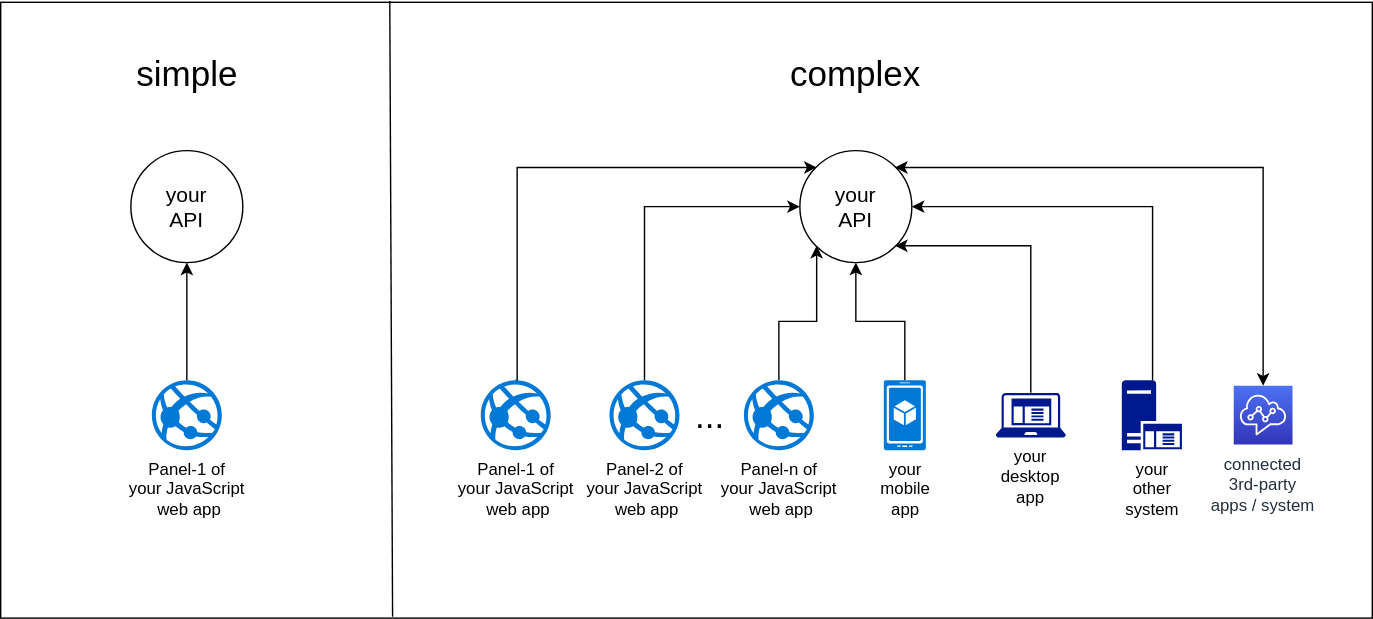
Above: img/simple-vs-complex-api.svg in maxweber/maxweber.github.io (draw.io), before the change. Source tidied: cells renumbered, new cells last; positions are measured from the earlier drawing's top-left corner, leaving out a move shared by most shapes.
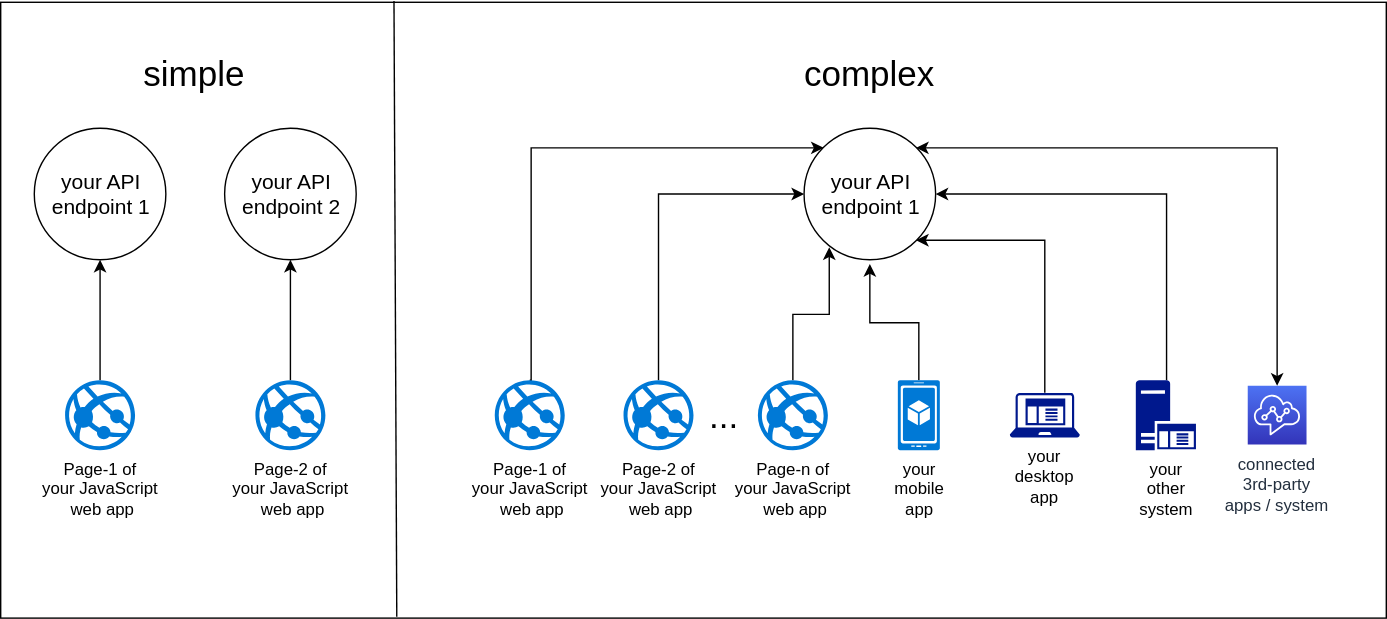
The same diagram one commit later.

What changed in the source:
```diff
@@ -3,89 +3,99 @@
     <mxCell id="0" />
     <mxCell id="1" parent="0" />
     <mxCell id="2" style="rounded=0;whiteSpace=wrap;html=1;" parent="1" vertex="1">
-      <mxGeometry width="980" height="440" as="geometry" />
+      <mxGeometry x="-10" width="990" height="440" as="geometry" />
     </mxCell>
     <mxCell id="3" style="endArrow=none;html=1;fontSize=12;entryX=0.284;entryY=-0.002;entryDx=0;entryDy=0;entryPerimeter=0;exitX=0.286;exitY=0.998;exitDx=0;exitDy=0;exitPerimeter=0;" parent="1" edge="1" source="2" target="2">
       <mxGeometry relative="1" as="geometry" />
     </mxCell>
-    <mxCell id="4" style="group;" parent="1" vertex="1">
-      <mxGeometry x="93" y="40" width="80" height="280" as="geometry" />
+    <mxCell id="4" style="edgeStyle=orthogonalEdgeStyle;rounded=0;jettySize=auto;html=1;exitX=0.5;exitY=0;exitDx=0;exitDy=0;exitPerimeter=0;entryX=0.5;entryY=1;entryDx=0;entryDy=0;fontSize=15;" parent="1" edge="1" source="5">
+      <mxGeometry relative="1" as="geometry">
+        <mxPoint x="611" y="187" as="targetPoint" />
+      </mxGeometry>
     </mxCell>
-    <mxCell id="5" value="your&lt;br style=&quot;font-size: 15px;&quot;&gt;API&lt;br style=&quot;font-size: 15px;&quot;&gt;" style="ellipse;whiteSpace=wrap;html=1;fontSize=15;" parent="4" vertex="1">
-      <mxGeometry y="66" width="80" height="80" as="geometry" />
+    <mxCell id="5" value="your&lt;br&gt;mobile&lt;br&gt;app&lt;br&gt;" style="shadow=0;dashed=0;html=1;strokeColor=none;labelPosition=center;verticalLabelPosition=bottom;verticalAlign=top;align=center;shape=mxgraph.mscae.cloud.mobile_app;fillColor=#0079D6;" parent="1" vertex="1">
+      <mxGeometry x="631" y="270" width="30" height="50" as="geometry" />
     </mxCell>
-    <mxCell id="6" style="edgeStyle=orthogonalEdgeStyle;rounded=0;jettySize=auto;html=1;" parent="4" edge="1" source="7" target="5">
-      <mxGeometry relative="1" as="geometry" />
+    <mxCell id="6" style="edgeStyle=orthogonalEdgeStyle;rounded=0;jettySize=auto;html=1;exitX=0.5;exitY=0;exitDx=0;exitDy=0;exitPerimeter=0;entryX=1;entryY=1;entryDx=0;entryDy=0;fontSize=15;" parent="1" edge="1" source="7" target="27">
+      <mxGeometry relative="1" as="geometry">
+        <Array as="points">
+          <mxPoint x="736" y="170" />
+        </Array>
+      </mxGeometry>
     </mxCell>
-    <mxCell id="7" value="Panel-1 of &lt;br&gt;your JavaScript&lt;br&gt;&amp;nbsp;web app" style="shadow=0;dashed=0;html=1;strokeColor=none;fillColor=#0079D6;labelPosition=center;verticalLabelPosition=bottom;verticalAlign=top;align=center;shape=mxgraph.azure.azure_website;" parent="4" vertex="1">
-      <mxGeometry x="15" y="230" width="50" height="50" as="geometry" />
+    <mxCell id="7" value="your&lt;br&gt;desktop&lt;br&gt;app&lt;br&gt;&lt;br&gt;" style="shadow=0;dashed=0;html=1;strokeColor=none;labelPosition=center;verticalLabelPosition=bottom;verticalAlign=top;align=center;shape=mxgraph.mscae.enterprise.client_application;fillColor=#00188D;" parent="1" vertex="1">
+      <mxGeometry x="711" y="279" width="50" height="32" as="geometry" />
     </mxCell>
-    <mxCell id="8" value="simple&lt;br&gt;" style="text;html=1;strokeColor=none;fillColor=none;align=center;verticalAlign=middle;whiteSpace=wrap;rounded=0;fontSize=25;" parent="4" vertex="1">
-      <mxGeometry x="20" width="40" height="20" as="geometry" />
+    <mxCell id="8" style="edgeStyle=orthogonalEdgeStyle;rounded=0;jettySize=auto;html=1;exitX=0.5;exitY=0;exitDx=0;exitDy=0;exitPerimeter=0;entryX=0;entryY=0;entryDx=0;entryDy=0;fontSize=15;" parent="1" edge="1" source="9" target="27">
+      <mxGeometry relative="1" as="geometry">
+        <Array as="points">
+          <mxPoint x="369" y="270" />
+          <mxPoint x="369" y="104" />
+        </Array>
+      </mxGeometry>
     </mxCell>
-    <mxCell id="9" value="your&lt;br style=&quot;font-size: 15px;&quot;&gt;API&lt;br style=&quot;font-size: 15px;&quot;&gt;" style="ellipse;whiteSpace=wrap;html=1;fontSize=15;" parent="1" vertex="1">
-      <mxGeometry x="571" y="106" width="80" height="80" as="geometry" />
+    <mxCell id="9" value="Page-1 of &lt;br&gt;your JavaScript&lt;br&gt;&amp;nbsp;web app" style="shadow=0;dashed=0;html=1;strokeColor=none;fillColor=#0079D6;labelPosition=center;verticalLabelPosition=bottom;verticalAlign=top;align=center;shape=mxgraph.azure.azure_website;" parent="1" vertex="1">
+      <mxGeometry x="343" y="270" width="50" height="50" as="geometry" />
     </mxCell>
-    <mxCell id="10" style="edgeStyle=orthogonalEdgeStyle;rounded=0;jettySize=auto;html=1;exitX=0.5;exitY=0;exitDx=0;exitDy=0;exitPerimeter=0;entryX=0.5;entryY=1;entryDx=0;entryDy=0;fontSize=15;" parent="1" edge="1" source="11" target="9">
-      <mxGeometry relative="1" as="geometry" />
+    <mxCell id="10" style="edgeStyle=orthogonalEdgeStyle;rounded=0;jettySize=auto;html=1;exitX=0.5;exitY=0;exitDx=0;exitDy=0;exitPerimeter=0;entryX=0;entryY=0.5;entryDx=0;entryDy=0;fontSize=15;" parent="1" edge="1" source="11" target="27">
+      <mxGeometry relative="1" as="geometry">
+        <Array as="points">
+          <mxPoint x="460" y="137" />
+        </Array>
+      </mxGeometry>
     </mxCell>
-    <mxCell id="11" value="your&lt;br&gt;mobile&lt;br&gt;app&lt;br&gt;" style="shadow=0;dashed=0;html=1;strokeColor=none;labelPosition=center;verticalLabelPosition=bottom;verticalAlign=top;align=center;shape=mxgraph.mscae.cloud.mobile_app;fillColor=#0079D6;" parent="1" vertex="1">
-      <mxGeometry x="631" y="270" width="30" height="50" as="geometry" />
+    <mxCell id="11" value="Page-2 of &lt;br&gt;your JavaScript&lt;br&gt;&amp;nbsp;web app" style="shadow=0;dashed=0;html=1;strokeColor=none;fillColor=#0079D6;labelPosition=center;verticalLabelPosition=bottom;verticalAlign=top;align=center;shape=mxgraph.azure.azure_website;" parent="1" vertex="1">
+      <mxGeometry x="435" y="270" width="50" height="50" as="geometry" />
     </mxCell>
-    <mxCell id="12" style="edgeStyle=orthogonalEdgeStyle;rounded=0;jettySize=auto;html=1;exitX=0.5;exitY=0;exitDx=0;exitDy=0;exitPerimeter=0;entryX=1;entryY=1;entryDx=0;entryDy=0;fontSize=15;" parent="1" edge="1" source="13" target="9">
+    <mxCell id="12" style="edgeStyle=orthogonalEdgeStyle;rounded=0;jettySize=auto;html=1;exitX=0.5;exitY=0;exitDx=0;exitDy=0;exitPerimeter=0;entryX=0;entryY=1;entryDx=0;entryDy=0;fontSize=15;" parent="1" edge="1" source="13">
       <mxGeometry relative="1" as="geometry">
-        <Array as="points">
-          <mxPoint x="736" y="174" />
-        </Array>
+        <mxPoint x="582" y="175" as="targetPoint" />
       </mxGeometry>
     </mxCell>
-    <mxCell id="13" value="your&lt;br&gt;desktop&lt;br&gt;app&lt;br&gt;&lt;br&gt;" style="shadow=0;dashed=0;html=1;strokeColor=none;labelPosition=center;verticalLabelPosition=bottom;verticalAlign=top;align=center;shape=mxgraph.mscae.enterprise.client_application;fillColor=#00188D;" parent="1" vertex="1">
-      <mxGeometry x="711" y="279" width="50" height="32" as="geometry" />
+    <mxCell id="13" value="Page-n of &lt;br&gt;your JavaScript&lt;br&gt;&amp;nbsp;web app" style="shadow=0;dashed=0;html=1;strokeColor=none;fillColor=#0079D6;labelPosition=center;verticalLabelPosition=bottom;verticalAlign=top;align=center;shape=mxgraph.azure.azure_website;" parent="1" vertex="1">
+      <mxGeometry x="531" y="270" width="50" height="50" as="geometry" />
     </mxCell>
-    <mxCell id="14" style="edgeStyle=orthogonalEdgeStyle;rounded=0;jettySize=auto;html=1;exitX=0.5;exitY=0;exitDx=0;exitDy=0;exitPerimeter=0;entryX=0;entryY=0;entryDx=0;entryDy=0;fontSize=15;" parent="1" edge="1" source="15" target="9">
-      <mxGeometry relative="1" as="geometry">
-        <Array as="points">
-          <mxPoint x="369" y="270" />
-          <mxPoint x="369" y="118" />
-        </Array>
-      </mxGeometry>
+    <mxCell id="14" value="...&lt;br style=&quot;font-size: 25px;&quot;&gt;" style="text;html=1;strokeColor=none;fillColor=none;align=center;verticalAlign=middle;whiteSpace=wrap;rounded=0;fontSize=25;" parent="1" vertex="1">
+      <mxGeometry x="486" y="285" width="40" height="20" as="geometry" />
     </mxCell>
-    <mxCell id="15" value="Panel-1 of &lt;br&gt;your JavaScript&lt;br&gt;&amp;nbsp;web app" style="shadow=0;dashed=0;html=1;strokeColor=none;fillColor=#0079D6;labelPosition=center;verticalLabelPosition=bottom;verticalAlign=top;align=center;shape=mxgraph.azure.azure_website;" parent="1" vertex="1">
-      <mxGeometry x="343" y="270" width="50" height="50" as="geometry" />
+    <mxCell id="15" style="edgeStyle=orthogonalEdgeStyle;rounded=0;jettySize=auto;html=1;exitX=0.5;exitY=0;exitDx=0;exitDy=0;exitPerimeter=0;entryX=1;entryY=0.5;entryDx=0;entryDy=0;fontSize=15;" parent="1" edge="1" source="16" target="27">
+      <mxGeometry relative="1" as="geometry" />
     </mxCell>
-    <mxCell id="16" style="edgeStyle=orthogonalEdgeStyle;rounded=0;jettySize=auto;html=1;exitX=0.5;exitY=0;exitDx=0;exitDy=0;exitPerimeter=0;entryX=0;entryY=0.5;entryDx=0;entryDy=0;fontSize=15;" parent="1" edge="1" source="17" target="9">
-      <mxGeometry relative="1" as="geometry">
-        <Array as="points">
-          <mxPoint x="460" y="146" />
-        </Array>
-      </mxGeometry>
+    <mxCell id="16" value="your&lt;br&gt;other&lt;br&gt;system&lt;br&gt;" style="shadow=0;dashed=0;html=1;strokeColor=none;labelPosition=center;verticalLabelPosition=bottom;verticalAlign=top;align=center;shape=mxgraph.mscae.enterprise.application_server;fillColor=#00188D;fontSize=12;" parent="1" vertex="1">
+      <mxGeometry x="801" y="270" width="43" height="50" as="geometry" />
     </mxCell>
-    <mxCell id="17" value="Panel-2 of &lt;br&gt;your JavaScript&lt;br&gt;&amp;nbsp;web app" style="shadow=0;dashed=0;html=1;strokeColor=none;fillColor=#0079D6;labelPosition=center;verticalLabelPosition=bottom;verticalAlign=top;align=center;shape=mxgraph.azure.azure_website;" parent="1" vertex="1">
-      <mxGeometry x="435" y="270" width="50" height="50" as="geometry" />
+    <mxCell id="17" value="connected&lt;br&gt;3rd-party&lt;br&gt;apps / system&lt;br&gt;&lt;br&gt;" style="outlineConnect=0;fontColor=#232F3E;gradientColor=#4D72F3;gradientDirection=north;fillColor=#3334B9;strokeColor=#ffffff;dashed=0;verticalLabelPosition=bottom;verticalAlign=top;align=center;html=1;fontSize=12;fontStyle=0;shape=mxgraph.aws4.resourceIcon;resIcon=mxgraph.aws4.connect;" parent="1" vertex="1">
+      <mxGeometry x="881" y="274" width="42" height="42" as="geometry" />
     </mxCell>
-    <mxCell id="18" style="edgeStyle=orthogonalEdgeStyle;rounded=0;jettySize=auto;html=1;exitX=0.5;exitY=0;exitDx=0;exitDy=0;exitPerimeter=0;entryX=0;entryY=1;entryDx=0;entryDy=0;fontSize=15;" parent="1" edge="1" source="19" target="9">
+    <mxCell id="18" style="edgeStyle=orthogonalEdgeStyle;rounded=0;jettySize=auto;html=1;exitX=1;exitY=0;exitDx=0;exitDy=0;fontSize=15;startArrow=classic;startFill=1;" parent="1" edge="1" source="27" target="17">
       <mxGeometry relative="1" as="geometry" />
     </mxCell>
-    <mxCell id="19" value="Panel-n of &lt;br&gt;your JavaScript&lt;br&gt;&amp;nbsp;web app" style="shadow=0;dashed=0;html=1;strokeColor=none;fillColor=#0079D6;labelPosition=center;verticalLabelPosition=bottom;verticalAlign=top;align=center;shape=mxgraph.azure.azure_website;" parent="1" vertex="1">
-      <mxGeometry x="531" y="270" width="50" height="50" as="geometry" />
+    <mxCell id="19" value="complex&lt;br&gt;" style="text;html=1;strokeColor=none;fillColor=none;align=center;verticalAlign=middle;whiteSpace=wrap;rounded=0;fontSize=25;" parent="1" vertex="1">
+      <mxGeometry x="591" y="40" width="40" height="20" as="geometry" />
     </mxCell>
-    <mxCell id="20" value="...&lt;br style=&quot;font-size: 25px;&quot;&gt;" style="text;html=1;strokeColor=none;fillColor=none;align=center;verticalAlign=middle;whiteSpace=wrap;rounded=0;fontSize=25;" parent="1" vertex="1">
-      <mxGeometry x="486" y="285" width="40" height="20" as="geometry" />
+    <mxCell id="20" value="your API&lt;br&gt;endpoint 1&lt;br style=&quot;font-size: 15px&quot;&gt;" style="ellipse;whiteSpace=wrap;html=1;fontSize=15;" parent="1" vertex="1">
+      <mxGeometry x="14" y="90" width="94" height="94" as="geometry" />
     </mxCell>
-    <mxCell id="21" style="edgeStyle=orthogonalEdgeStyle;rounded=0;jettySize=auto;html=1;exitX=0.5;exitY=0;exitDx=0;exitDy=0;exitPerimeter=0;entryX=1;entryY=0.5;entryDx=0;entryDy=0;fontSize=15;" parent="1" edge="1" source="22" target="9">
+    <mxCell id="21" style="edgeStyle=orthogonalEdgeStyle;rounded=0;jettySize=auto;html=1;" parent="1" edge="1" source="22" target="20">
       <mxGeometry relative="1" as="geometry" />
     </mxCell>
-    <mxCell id="22" value="your&lt;br&gt;other&lt;br&gt;system&lt;br&gt;" style="shadow=0;dashed=0;html=1;strokeColor=none;labelPosition=center;verticalLabelPosition=bottom;verticalAlign=top;align=center;shape=mxgraph.mscae.enterprise.application_server;fillColor=#00188D;fontSize=12;" parent="1" vertex="1">
-      <mxGeometry x="801" y="270" width="43" height="50" as="geometry" />
+    <mxCell id="22" value="Page-1 of &lt;br&gt;your JavaScript&lt;br&gt;&amp;nbsp;web app" style="shadow=0;dashed=0;html=1;strokeColor=none;fillColor=#0079D6;labelPosition=center;verticalLabelPosition=bottom;verticalAlign=top;align=center;shape=mxgraph.azure.azure_website;" parent="1" vertex="1">
+      <mxGeometry x="36" y="270" width="50" height="50" as="geometry" />
     </mxCell>
-    <mxCell id="23" value="connected&lt;br&gt;3rd-party&lt;br&gt;apps / system&lt;br&gt;&lt;br&gt;" style="outlineConnect=0;fontColor=#232F3E;gradientColor=#4D72F3;gradientDirection=north;fillColor=#3334B9;strokeColor=#ffffff;dashed=0;verticalLabelPosition=bottom;verticalAlign=top;align=center;html=1;fontSize=12;fontStyle=0;shape=mxgraph.aws4.resourceIcon;resIcon=mxgraph.aws4.connect;" parent="1" vertex="1">
-      <mxGeometry x="881" y="274" width="42" height="42" as="geometry" />
+    <mxCell id="23" value="simple&lt;br&gt;" style="text;html=1;strokeColor=none;fillColor=none;align=center;verticalAlign=middle;whiteSpace=wrap;rounded=0;fontSize=25;" parent="1" vertex="1">
+      <mxGeometry x="108" y="40" width="40" height="20" as="geometry" />
     </mxCell>
-    <mxCell id="24" style="edgeStyle=orthogonalEdgeStyle;rounded=0;jettySize=auto;html=1;exitX=1;exitY=0;exitDx=0;exitDy=0;fontSize=15;startArrow=classic;startFill=1;" parent="1" edge="1" source="9" target="23">
-      <mxGeometry relative="1" as="geometry" />
+    <mxCell id="24" value="your API&lt;br&gt;endpoint 2&lt;br style=&quot;font-size: 15px&quot;&gt;" style="ellipse;whiteSpace=wrap;html=1;fontSize=15;" parent="1" vertex="1">
+      <mxGeometry x="150" y="90" width="94" height="94" as="geometry" />
     </mxCell>
-    <mxCell id="25" value="complex&lt;br&gt;" style="text;html=1;strokeColor=none;fillColor=none;align=center;verticalAlign=middle;whiteSpace=wrap;rounded=0;fontSize=25;" parent="1" vertex="1">
-      <mxGeometry x="591" y="40" width="40" height="20" as="geometry" />
+    <mxCell id="25" style="edgeStyle=orthogonalEdgeStyle;rounded=0;jettySize=auto;html=1;" parent="1" edge="1" source="26" target="24">
+      <mxGeometry relative="1" as="geometry" />
     </mxCell>
+    <mxCell id="26" value="Page-2 of &lt;br&gt;your JavaScript&lt;br&gt;&amp;nbsp;web app" style="shadow=0;dashed=0;html=1;strokeColor=none;fillColor=#0079D6;labelPosition=center;verticalLabelPosition=bottom;verticalAlign=top;align=center;shape=mxgraph.azure.azure_website;" parent="1" vertex="1">
+      <mxGeometry x="172" y="270" width="50" height="50" as="geometry" />
+    </mxCell>
+    <mxCell id="27" value="your API&lt;br&gt;endpoint 1&lt;br style=&quot;font-size: 15px&quot;&gt;" style="ellipse;whiteSpace=wrap;html=1;fontSize=15;" parent="1" vertex="1">
+      <mxGeometry x="564" y="90" width="94" height="94" as="geometry" />
+    </mxCell>
   </root>
 </mxGraphModel>
```
